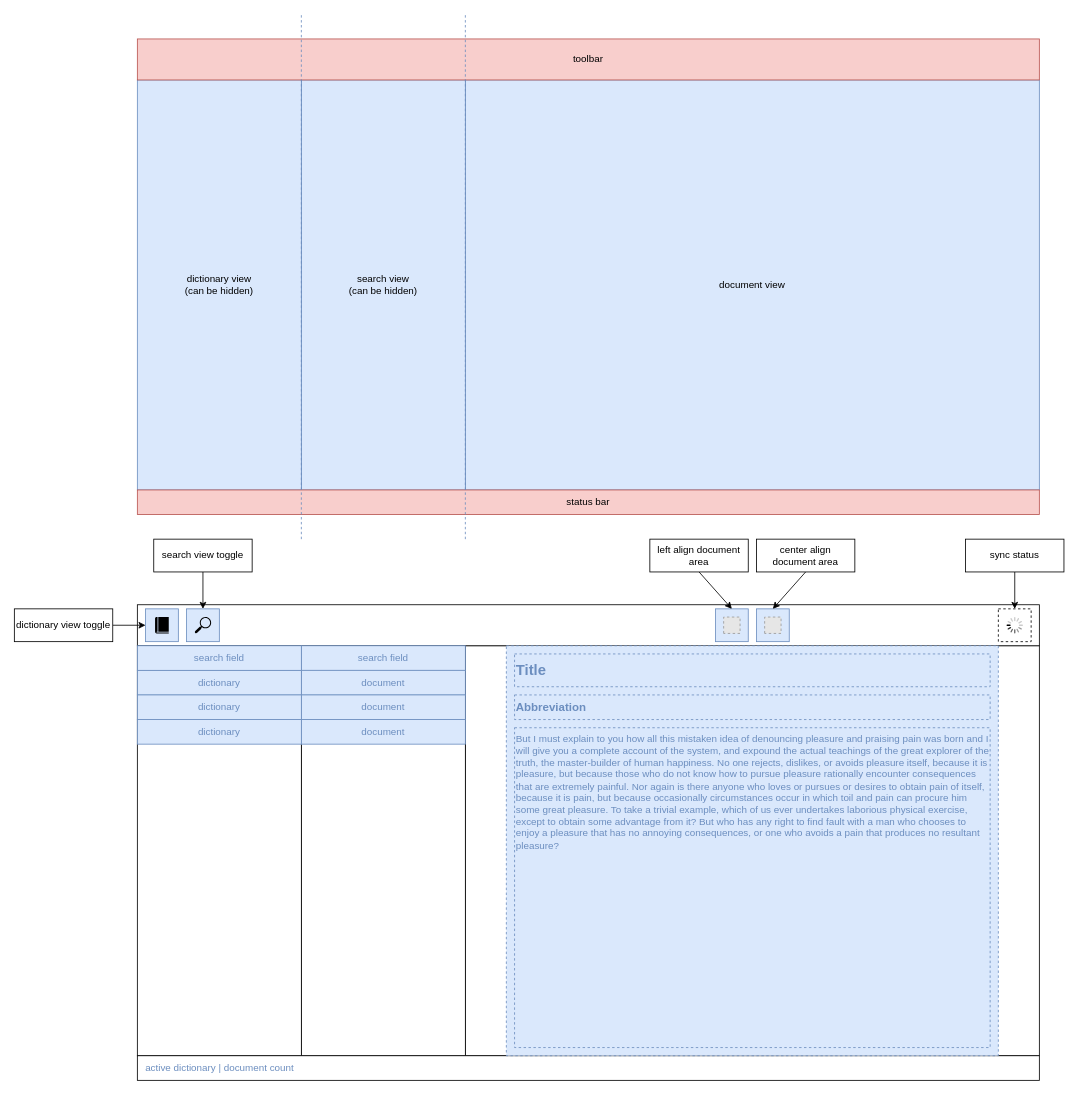
The draw.io diagram app-layout.drawio in LasseRB/dictionary, before the edit. Source tidied: cells renumbered, new cells numbered last; positions are measured from the earlier drawing's top-left corner, leaving out a move shared by most shapes. Both pictures are drawn from the tidied source at 82%, with x=0, y=0 at pixel (14, 14). Pictures stored in the file or linked from it are replaced by grey dashed boxes.
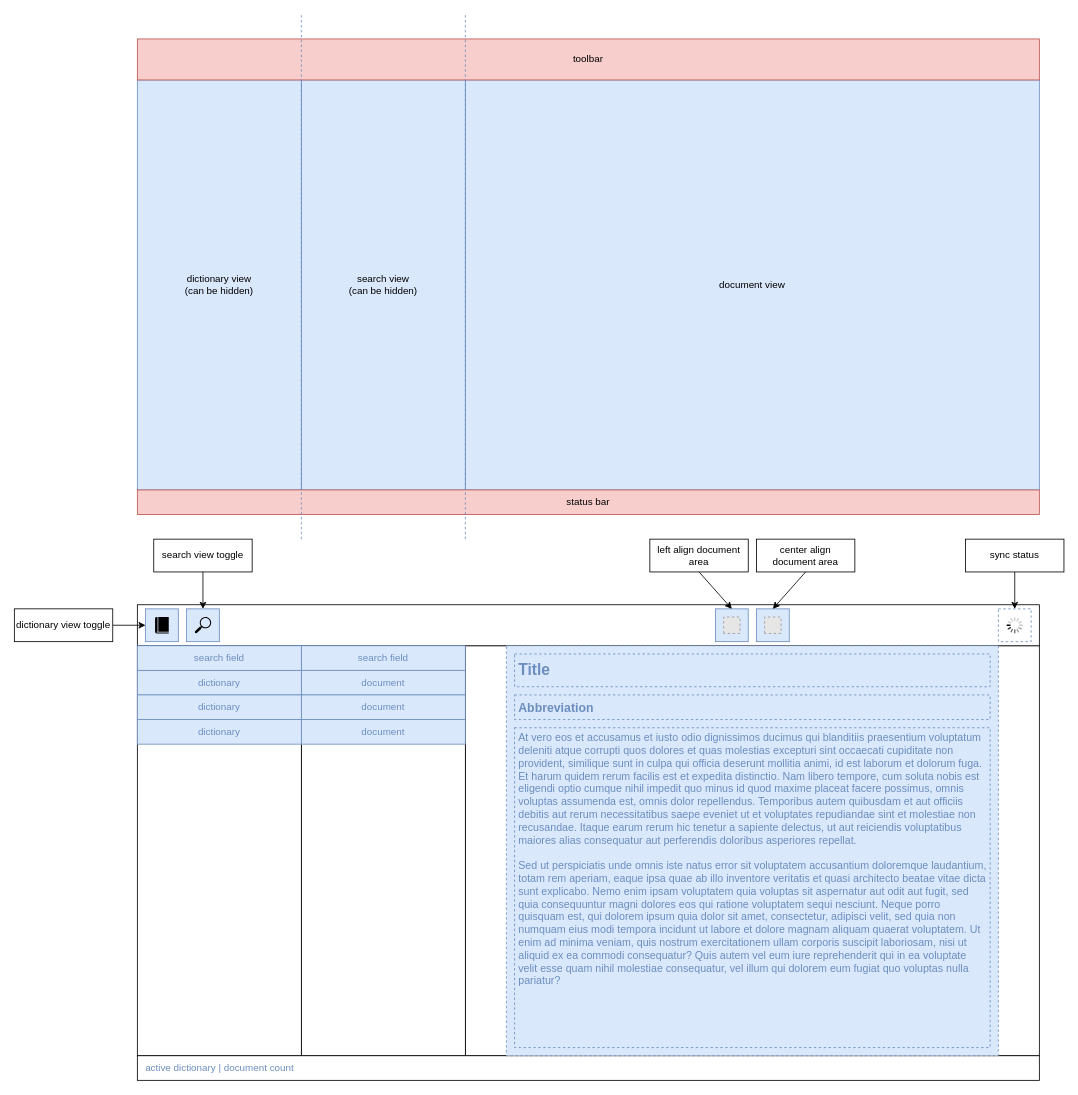
The same diagram, later.

Change to the diagram source:
```diff
@@
-    <mxCell id="42" style="rounded=0;whiteSpace=wrap;html=1;dashed=1;" parent="1" vertex="1">
+    <mxCell id="42" style="rounded=0;whiteSpace=wrap;html=1;dashed=1;fontColor=#6C8EBF;strokeColor=#6C8EBF;" parent="1" vertex="1">
       <mxGeometry x="1200" y="725" width="40" height="40" as="geometry" />
     </mxCell>
@@
-    <mxCell id="44" value="But I must explain to you how all this mistaken idea of denouncing pleasure and praising pain was born and I will give you a complete account of the system, and expound the actual teachings of the great explorer of the truth, the master-builder of human happiness. No one rejects, dislikes, or avoids pleasure itself, because it is pleasure, but because those who do not know how to pursue pleasure rationally encounter consequences that are extremely painful. Nor again is there anyone who loves or pursues or desires to obtain pain of itself, because it is pain, but because occasionally circumstances occur in which toil and pain can procure him some great pleasure. To take a trivial example, which of us ever undertakes laborious physical exercise, except to obtain some advantage from it? But who has any right to find fault with a man who chooses to enjoy a pleasure that has no annoying consequences, or one who avoids a pain that produces no resultant pleasure?" style="text;strokeColor=#6c8ebf;fillColor=none;align=left;verticalAlign=top;rounded=0;dashed=1;spacing=2;fontColor=#6C8EBF;labelBackgroundColor=none;whiteSpace=wrap;spacingRight=0;spacingLeft=0;labelPosition=center;verticalLabelPosition=middle;" parent="1" vertex="1">
+    <mxCell id="44" value="At vero eos et accusamus et iusto odio dignissimos ducimus qui blanditiis praesentium voluptatum deleniti atque corrupti quos dolores et quas molestias excepturi sint occaecati cupiditate non provident, similique sunt in culpa qui officia deserunt mollitia animi, id est laborum et dolorum fuga. Et harum quidem rerum facilis est et expedita distinctio. Nam libero tempore, cum soluta nobis est eligendi optio cumque nihil impedit quo minus id quod maxime placeat facere possimus, omnis voluptas assumenda est, omnis dolor repellendus. Temporibus autem quibusdam et aut officiis debitis aut rerum necessitatibus saepe eveniet ut et voluptates repudiandae sint et molestiae non recusandae. Itaque earum rerum hic tenetur a sapiente delectus, ut aut reiciendis voluptatibus maiores alias consequatur aut perferendis doloribus asperiores repellat.&#10;&#10;Sed ut perspiciatis unde omnis iste natus error sit voluptatem accusantium doloremque laudantium, totam rem aperiam, eaque ipsa quae ab illo inventore veritatis et quasi architecto beatae vitae dicta sunt explicabo. Nemo enim ipsam voluptatem quia voluptas sit aspernatur aut odit aut fugit, sed quia consequuntur magni dolores eos qui ratione voluptatem sequi nesciunt. Neque porro quisquam est, qui dolorem ipsum quia dolor sit amet, consectetur, adipisci velit, sed quia non numquam eius modi tempora incidunt ut labore et dolore magnam aliquam quaerat voluptatem. Ut enim ad minima veniam, quis nostrum exercitationem ullam corporis suscipit laboriosam, nisi ut aliquid ex ea commodi consequatur? Quis autem vel eum iure reprehenderit qui in ea voluptate velit esse quam nihil molestiae consequatur, vel illum qui dolorem eum fugiat quo voluptas nulla pariatur?" style="text;strokeColor=#6c8ebf;fillColor=none;align=left;verticalAlign=top;rounded=0;dashed=1;spacing=0;fontColor=#6C8EBF;labelBackgroundColor=none;whiteSpace=wrap;spacingRight=5;spacingLeft=5;labelPosition=center;verticalLabelPosition=middle;fontSize=13;" parent="1" vertex="1">
       <mxGeometry x="610" y="870" width="580" height="390" as="geometry" />
     </mxCell>
-    <mxCell id="45" value="Title" style="text;strokeColor=#6C8EBF;fillColor=none;align=left;verticalAlign=middle;whiteSpace=wrap;rounded=0;dashed=1;spacing=2;fontSize=18;fontStyle=1;fontColor=#6C8EBF;spacingLeft=0;spacingRight=0;" parent="1" vertex="1">
+    <mxCell id="45" value="Title" style="text;strokeColor=#6C8EBF;fillColor=none;align=left;verticalAlign=middle;whiteSpace=wrap;rounded=0;dashed=1;spacing=0;fontSize=19;fontStyle=1;fontColor=#6C8EBF;spacingLeft=5;spacingRight=5;" parent="1" vertex="1">
       <mxGeometry x="610" y="780" width="580" height="40" as="geometry" />
     </mxCell>
-    <mxCell id="46" value="Abbreviation" style="text;strokeColor=#6c8ebf;fillColor=none;align=left;verticalAlign=middle;rounded=0;dashed=1;spacing=2;fontSize=14;fontStyle=1;fontColor=#6C8EBF;whiteSpace=wrap;spacingLeft=0;" parent="1" vertex="1">
+    <mxCell id="46" value="Abbreviation" style="text;strokeColor=#6c8ebf;fillColor=none;align=left;verticalAlign=middle;rounded=0;dashed=1;spacing=0;fontSize=15;fontStyle=1;fontColor=#6C8EBF;whiteSpace=wrap;spacingLeft=5;spacingRight=5;" parent="1" vertex="1">
       <mxGeometry x="610" y="830" width="580" height="30" as="geometry" />
     </mxCell>
```
